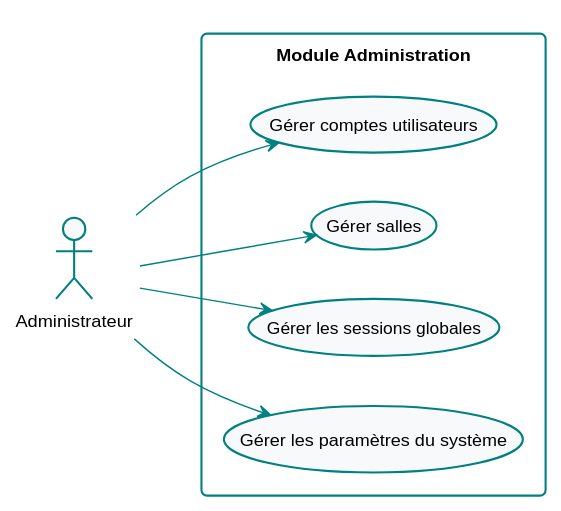
Above: diagrams/svg/uc_admin.svg in abdelaziz-ebourki/system-gestion-soutenance-docs (PlantUML), before the change. The source it was exported from:
```plantuml
@startuml

skinparam shadowing false
skinparam roundcorner 8
skinparam Padding 5
skinparam defaultFontName "SansSerif"
skinparam defaultFontSize 12

skinparam ActivityBackgroundColor #F8F9FA
skinparam ActivityBorderColor #008080
skinparam ActivityDiamondBackgroundColor #E67E22
skinparam ActivityDiamondBorderColor #E67E22
skinparam ActivityDiamondFontColor #FFFFFF

skinparam ActorBackgroundColor #F8F9FA
skinparam ActorBorderColor #008080

skinparam ClassBackgroundColor #F8F9FA
skinparam ClassBorderColor #008080
skinparam ClassHeaderBackgroundColor #008080
skinparam ClassAttributeIconSize 0

skinparam ComponentBackgroundColor #F8F9FA
skinparam ComponentBorderColor #008080

skinparam DatabaseBackgroundColor #F8F9FA
skinparam DatabaseBorderColor #008080

skinparam NoteBackgroundColor #FFF2E6
skinparam NoteBorderColor #E67E22

skinparam StateBackgroundColor #F8F9FA
skinparam StateBorderColor #008080

skinparam UsecaseBackgroundColor #F8F9FA
skinparam UsecaseBorderColor #008080

skinparam SequenceGroupBackgroundColor #F8F9FA
skinparam SequenceGroupBorderColor #008080
skinparam SequenceLifeLineBorderColor #008080
skinparam SequenceParticipantBackgroundColor #F8F9FA
skinparam SequenceParticipantBorderColor #008080
skinparam ControlBackgroundColor #F8F9FA
skinparam ControlBorderColor #008080
skinparam BoundaryBackgroundColor #F8F9FA
skinparam BoundaryBorderColor #008080
skinparam EntityBackgroundColor #F8F9FA
skinparam EntityBorderColor #008080

skinparam ArrowColor #008080
skinparam ArrowFontColor #008080

skinparam PackageBackgroundColor #FFFFFF
skinparam PackageBorderColor #008080
left to right direction

actor "Administrateur" as Admin

rectangle "Module Administration" {
    usecase "Gérer comptes utilisateurs" as UC1
    usecase "Gérer salles" as UC2
    usecase "Gérer les sessions globales" as UC3
    usecase "Gérer les  paramètres du système" as UC4
}

Admin --> UC1
Admin --> UC2
Admin --> UC3
Admin --> UC4
@enduml
```
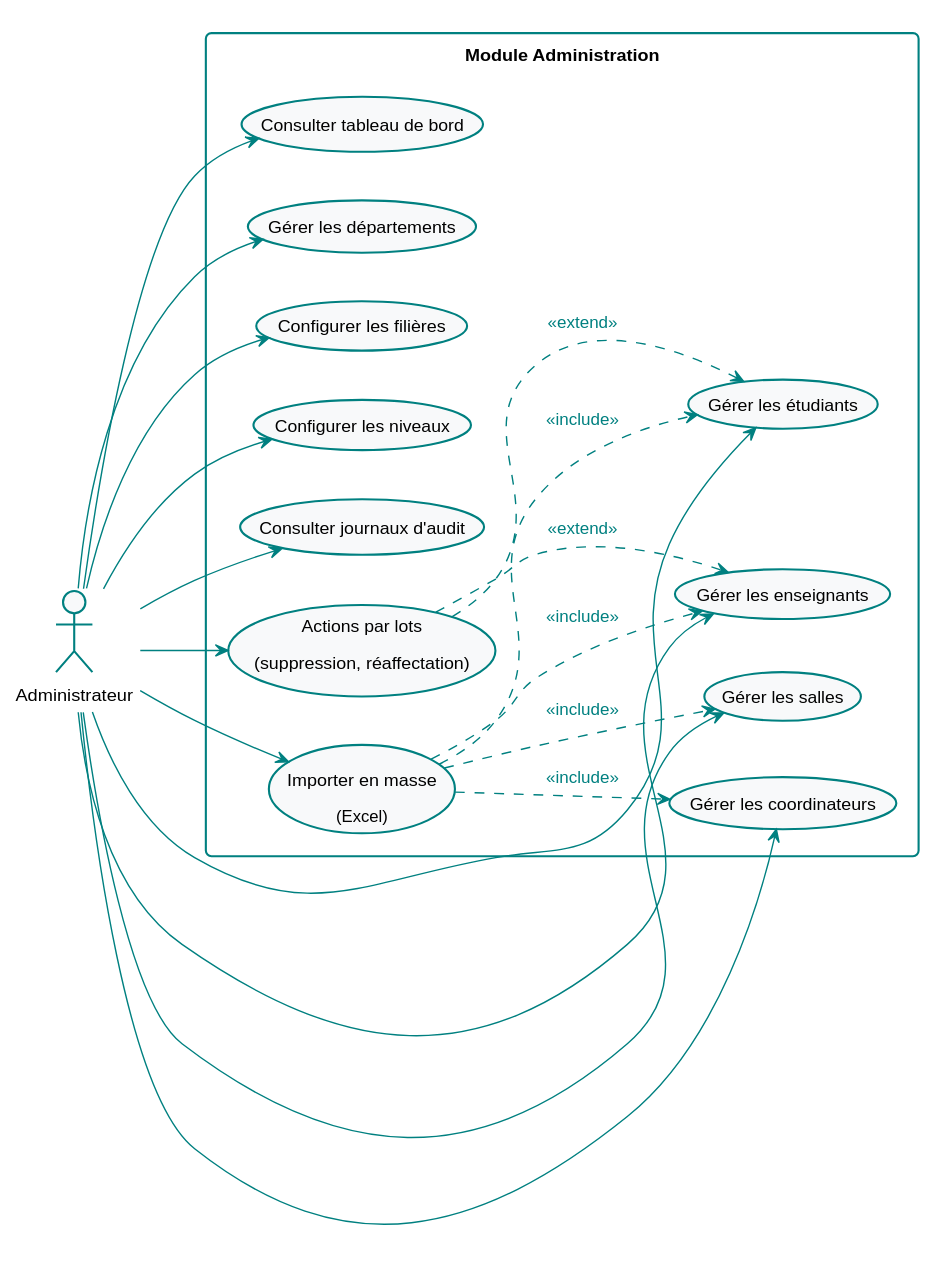
Above is the later version.

The edit, as a diff of the source:
```diff
@@ -57,14 +57,36 @@
 actor "Administrateur" as Admin
 
 rectangle "Module Administration" {
-    usecase "Gérer comptes utilisateurs" as UC1
-    usecase "Gérer salles" as UC2
-    usecase "Gérer les sessions globales" as UC3
-    usecase "Gérer les  paramètres du système" as UC4
+    usecase "Consulter tableau de bord" as Dashboard
+    usecase "Gérer les départements" as Depts
+    usecase "Gérer les salles" as Rooms
+    usecase "Gérer les étudiants" as Students
+    usecase "Gérer les enseignants" as Teachers
+    usecase "Gérer les coordinateurs" as Coords
+    usecase "Configurer les filières" as Majors
+    usecase "Configurer les niveaux" as Levels
+    usecase "Consulter journaux d'audit" as Audit
+
+    usecase "Importer en masse\n(Excel)" as Import
+    usecase "Actions par lots\n(suppression, réaffectation)" as Batch
+
+    Import ..> Students : <<include>>
+    Import ..> Teachers : <<include>>
+    Import ..> Coords : <<include>>
+    Import ..> Rooms : <<include>>
+    Batch ..> Students : <<extend>>
+    Batch ..> Teachers : <<extend>>
 }
 
-Admin --> UC1
-Admin --> UC2
-Admin --> UC3
-Admin --> UC4
+Admin --> Dashboard
+Admin --> Depts
+Admin --> Rooms
+Admin --> Students
+Admin --> Teachers
+Admin --> Coords
+Admin --> Majors
+Admin --> Levels
+Admin --> Audit
+Admin --> Import
+Admin --> Batch
 @enduml
```
